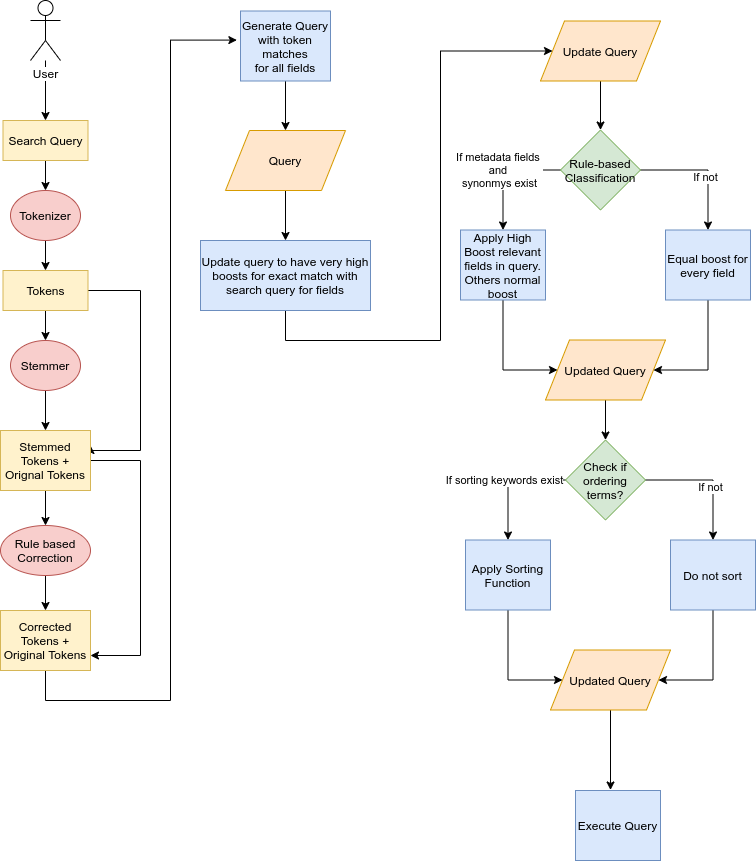
Before: resources/process.png, a diagram exported from draw.io (ranikamadurawe/IRProject-Sinhala-Song-Browser). Source tidied: cells renumbered, new cells last; positions are measured from the earlier drawing's top-left corner, leaving out a move shared by most shapes.
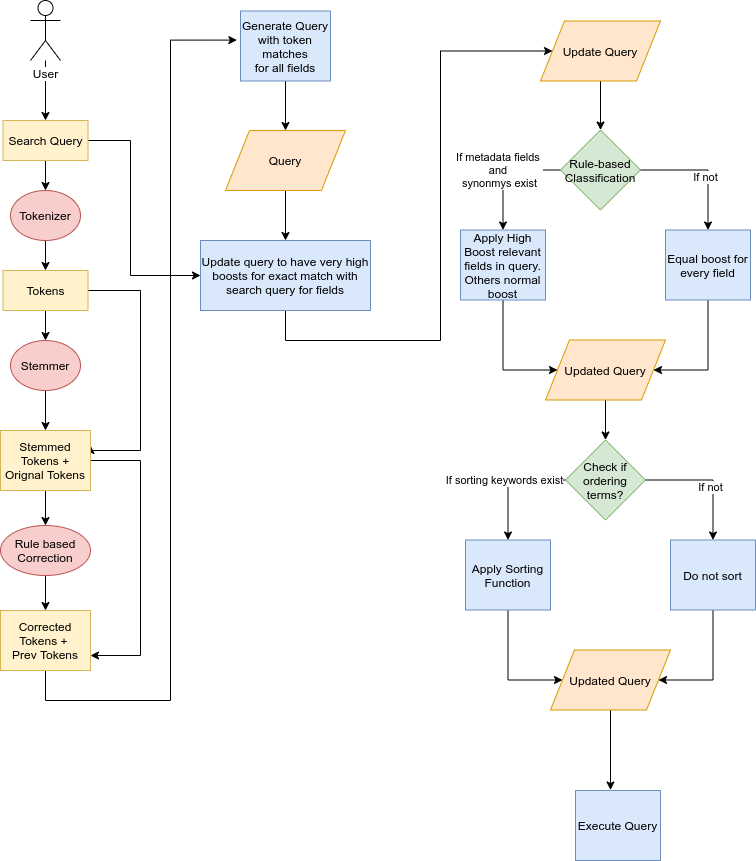
After the commit.

Change to the diagram source:
```diff
@@ -5,6 +5,14 @@
     <mxCell id="2" style="edgeStyle=orthogonalEdgeStyle;rounded=0;jettySize=auto;html=1;" parent="1" edge="1" source="3" target="5">
       <mxGeometry relative="1" as="geometry" />
     </mxCell>
+    <mxCell id="51" style="edgeStyle=orthogonalEdgeStyle;rounded=0;jettySize=auto;html=1;entryX=0;entryY=0.5;entryDx=0;entryDy=0;" parent="1" edge="1" source="5" target="49">
+      <mxGeometry relative="1" as="geometry">
+        <Array as="points">
+          <mxPoint x="130" y="140" />
+          <mxPoint x="130" y="275" />
+        </Array>
+      </mxGeometry>
+    </mxCell>
     <mxCell id="3" value="User" style="shape=umlActor;verticalLabelPosition=bottom;labelBackgroundColor=#ffffff;verticalAlign=top;html=1;outlineConnect=0;" parent="1" vertex="1">
       <mxGeometry x="30" width="30" height="60" as="geometry" />
     </mxCell>
@@ -71,7 +79,7 @@
         </Array>
       </mxGeometry>
     </mxCell>
-    <mxCell id="19" value="Corrected Tokens + Original Tokens" style="rounded=0;whiteSpace=wrap;html=1;fillColor=#fff2cc;strokeColor=#d6b656;" parent="1" vertex="1">
+    <mxCell id="19" value="&lt;div&gt;Corrected Tokens + &lt;br&gt;&lt;/div&gt;&lt;div&gt;Prev Tokens&lt;/div&gt;" style="rounded=0;whiteSpace=wrap;html=1;fillColor=#fff2cc;strokeColor=#d6b656;" parent="1" vertex="1">
       <mxGeometry y="610" width="90" height="60" as="geometry" />
     </mxCell>
     <mxCell id="20" style="edgeStyle=orthogonalEdgeStyle;rounded=0;jettySize=auto;html=1;" parent="1" edge="1" source="24" target="26">
```
